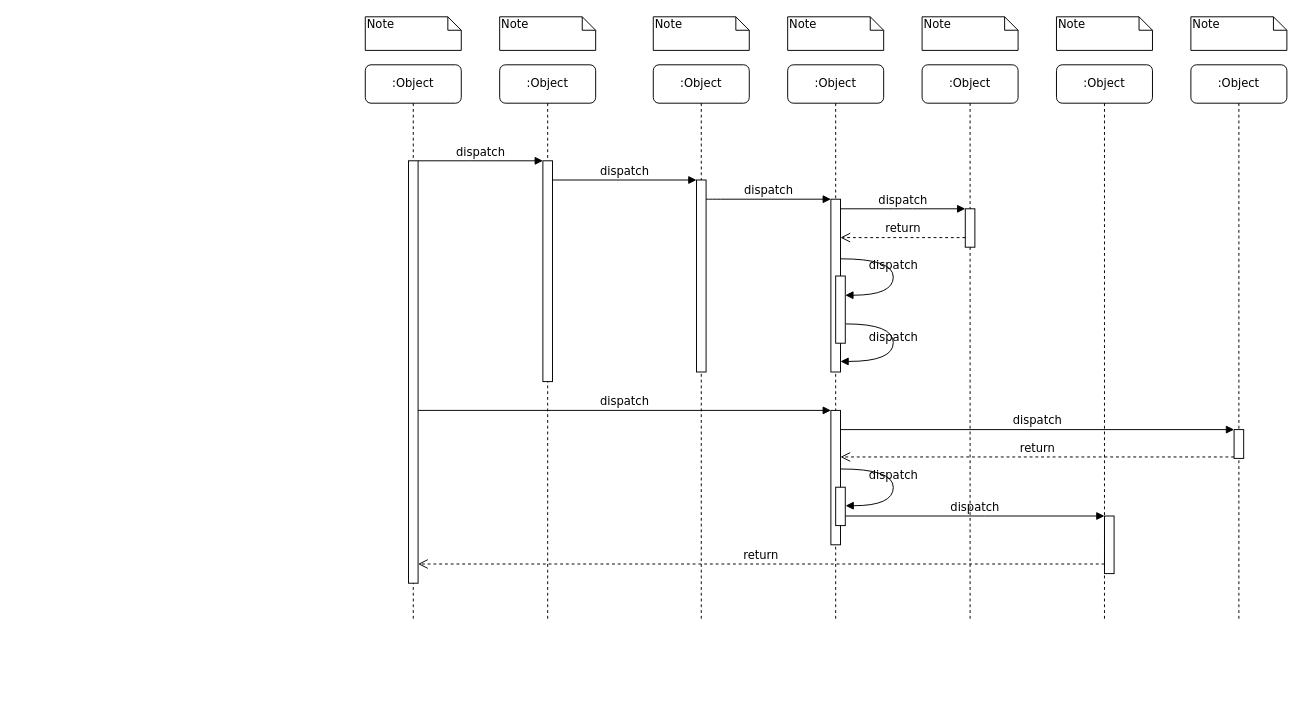
Earlier version of the draw.io diagram Диаграмма без названия.drawio (OlgaTalipova/FHRT). Source tidied: cells renumbered, new cells numbered last; positions are measured from the earlier drawing's top-left corner, leaving out a move shared by most shapes. Both pictures are drawn from the tidied source at 96%, with x=0, y=0 at pixel (365, 16).
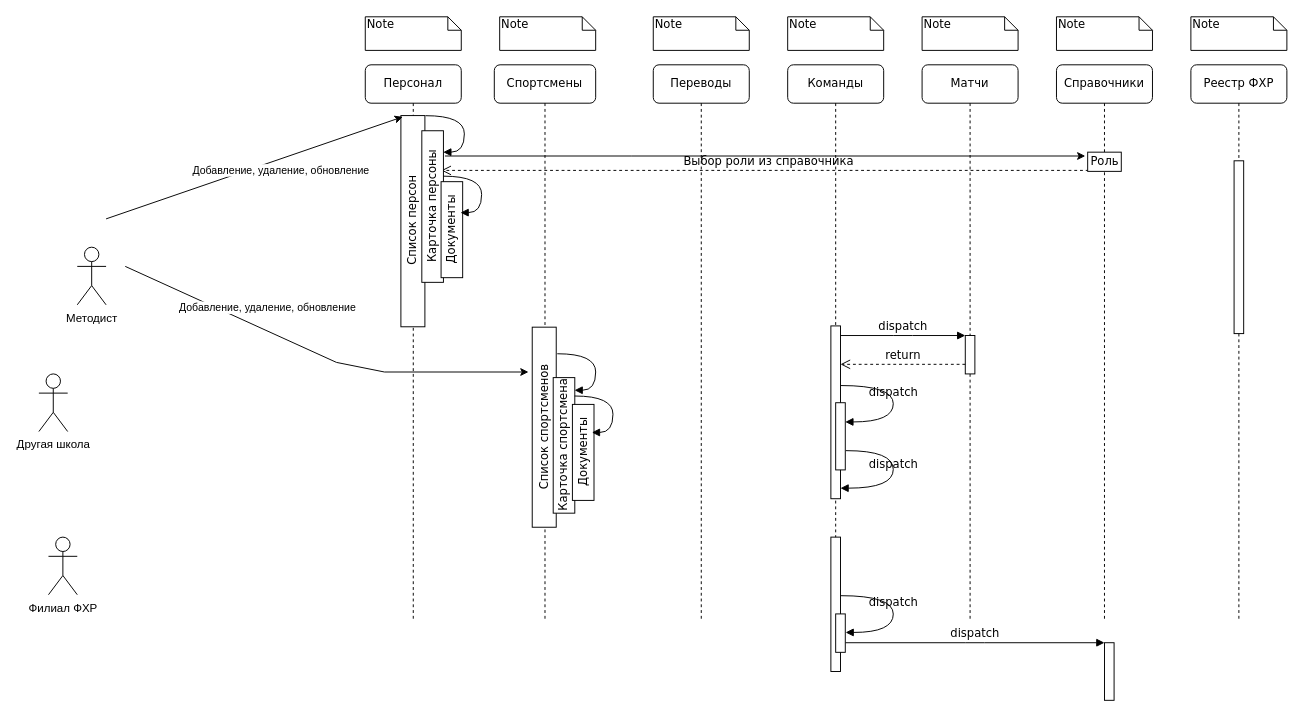
The same diagram, later.

Diff of the diagram source:
```diff
@@
-    <mxCell id="2" value=":Object" style="shape=umlLifeline;perimeter=lifelinePerimeter;whiteSpace=wrap;html=1;rounded=1;shadow=0;comic=0;labelBackgroundColor=none;strokeWidth=1;fontFamily=Verdana;fontSize=12;align=center;" parent="1" vertex="1">
-      <mxGeometry x="140" y="50" width="100" height="580" as="geometry" />
+    <mxCell id="2" value="Спортсмены" style="shape=umlLifeline;perimeter=lifelinePerimeter;whiteSpace=wrap;html=1;rounded=1;shadow=0;comic=0;labelBackgroundColor=none;strokeWidth=1;fontFamily=Verdana;fontSize=12;align=center;" parent="1" vertex="1">
+      <mxGeometry x="134.4" y="50" width="105.6" height="580" as="geometry" />
     </mxCell>
-    <mxCell id="3" style="html=1;points=[];perimeter=orthogonalPerimeter;rounded=0;shadow=0;comic=0;labelBackgroundColor=none;strokeWidth=1;fontFamily=Verdana;fontSize=12;align=center;" parent="2" vertex="1">
-      <mxGeometry x="45" y="100" width="10" height="230" as="geometry" />
+    <mxCell id="3" value="&lt;div style=&quot;direction: ltr;&quot;&gt;&lt;span style=&quot;background-color: initial;&quot;&gt;Список спортсменов&lt;/span&gt;&lt;/div&gt;" style="html=1;points=[];perimeter=orthogonalPerimeter;rounded=0;shadow=0;comic=0;labelBackgroundColor=none;strokeWidth=1;fontFamily=Verdana;fontSize=12;align=center;direction=west;rotation=-90;" parent="2" vertex="1">
+      <mxGeometry x="-52.2" y="365" width="208.4" height="25" as="geometry" />
     </mxCell>
+    <mxCell id="39" style="endArrow=classic;html=1;rounded=0;" parent="2" edge="1">
+      <mxGeometry relative="1" as="geometry">
+        <mxPoint x="-384.4" y="210" as="sourcePoint" />
+        <mxPoint x="35.6" y="320" as="targetPoint" />
+        <Array as="points">
+          <mxPoint x="-164.4" y="310" />
+          <mxPoint x="-114.4" y="320" />
+        </Array>
+      </mxGeometry>
+    </mxCell>
+    <mxCell id="40" value="Добавление, удаление, обновление" style="edgeLabel;html=1;align=center;verticalAlign=middle;" parent="39" vertex="1">
+      <mxGeometry x="-0.57" y="1" relative="1" as="geometry">
+        <mxPoint x="61" y="4" as="offset" />
+      </mxGeometry>
+    </mxCell>
+    <mxCell id="41" value="&lt;div style=&quot;direction: ltr;&quot;&gt;&lt;span style=&quot;background-color: initial;&quot;&gt;Карточка спортсмена&lt;/span&gt;&lt;/div&gt;" style="html=1;perimeter=orthogonalPerimeter;rounded=0;shadow=0;comic=0;labelBackgroundColor=none;strokeWidth=1;fontFamily=Verdana;fontSize=12;align=center;direction=west;rotation=-90;" parent="2" vertex="1">
+      <mxGeometry x="2" y="385.2" width="141.2" height="22.5" as="geometry" />
+    </mxCell>
-    <mxCell id="4" value=":Object" style="shape=umlLifeline;perimeter=lifelinePerimeter;whiteSpace=wrap;html=1;rounded=1;shadow=0;comic=0;labelBackgroundColor=none;strokeWidth=1;fontFamily=Verdana;fontSize=12;align=center;" parent="1" vertex="1">
+    <mxCell id="4" value="Переводы" style="shape=umlLifeline;perimeter=lifelinePerimeter;whiteSpace=wrap;html=1;rounded=1;shadow=0;comic=0;labelBackgroundColor=none;strokeWidth=1;fontFamily=Verdana;fontSize=12;align=center;" parent="1" vertex="1">
       <mxGeometry x="300" y="50" width="100" height="580" as="geometry" />
     </mxCell>
-    <mxCell id="5" style="html=1;points=[];perimeter=orthogonalPerimeter;rounded=0;shadow=0;comic=0;labelBackgroundColor=none;strokeWidth=1;fontFamily=Verdana;fontSize=12;align=center;" parent="4" vertex="1">
-      <mxGeometry x="45" y="120" width="10" height="200" as="geometry" />
-    </mxCell>
+    <mxCell id="42" value="Выбор роли из справочника" style="html=1;verticalAlign=bottom;endArrow=open;dashed=1;endSize=8;labelBackgroundColor=none;fontFamily=Verdana;fontSize=12;edgeStyle=elbowEdgeStyle;elbow=vertical;" parent="4" edge="1">
+      <mxGeometry relative="1" as="geometry">
+        <mxPoint x="459.5" y="110" as="sourcePoint" />
+        <mxPoint x="-220.8" y="110" as="targetPoint" />
+        <Array as="points">
+          <mxPoint x="159.5" y="110" />
+        </Array>
+      </mxGeometry>
+    </mxCell>
-    <mxCell id="6" value=":Object" style="shape=umlLifeline;perimeter=lifelinePerimeter;whiteSpace=wrap;html=1;rounded=1;shadow=0;comic=0;labelBackgroundColor=none;strokeWidth=1;fontFamily=Verdana;fontSize=12;align=center;" parent="1" vertex="1">
+    <mxCell id="6" value="Команды" style="shape=umlLifeline;perimeter=lifelinePerimeter;whiteSpace=wrap;html=1;rounded=1;shadow=0;comic=0;labelBackgroundColor=none;strokeWidth=1;fontFamily=Verdana;fontSize=12;align=center;" parent="1" vertex="1">
       <mxGeometry x="440" y="50" width="100" height="580" as="geometry" />
     </mxCell>
-    <mxCell id="7" value=":Object" style="shape=umlLifeline;perimeter=lifelinePerimeter;whiteSpace=wrap;html=1;rounded=1;shadow=0;comic=0;labelBackgroundColor=none;strokeWidth=1;fontFamily=Verdana;fontSize=12;align=center;" parent="1" vertex="1">
+    <mxCell id="7" value="Матчи" style="shape=umlLifeline;perimeter=lifelinePerimeter;whiteSpace=wrap;html=1;rounded=1;shadow=0;comic=0;labelBackgroundColor=none;strokeWidth=1;fontFamily=Verdana;fontSize=12;align=center;" parent="1" vertex="1">
       <mxGeometry x="580" y="50" width="100" height="580" as="geometry" />
     </mxCell>
-    <mxCell id="8" value=":Object" style="shape=umlLifeline;perimeter=lifelinePerimeter;whiteSpace=wrap;html=1;rounded=1;shadow=0;comic=0;labelBackgroundColor=none;strokeWidth=1;fontFamily=Verdana;fontSize=12;align=center;" parent="1" vertex="1">
+    <mxCell id="8" value="Справочники" style="shape=umlLifeline;perimeter=lifelinePerimeter;whiteSpace=wrap;html=1;rounded=1;shadow=0;comic=0;labelBackgroundColor=none;strokeWidth=1;fontFamily=Verdana;fontSize=12;align=center;" parent="1" vertex="1">
       <mxGeometry x="720" y="50" width="100" height="580" as="geometry" />
     </mxCell>
+    <mxCell id="43" value="Роль" style="html=1;points=[];perimeter=orthogonalPerimeter;rounded=0;shadow=0;comic=0;labelBackgroundColor=none;strokeWidth=1;fontFamily=Verdana;fontSize=12;align=center;" parent="8" vertex="1">
+      <mxGeometry x="32.5" y="91" width="35" height="20" as="geometry" />
+    </mxCell>
-    <mxCell id="9" value=":Object" style="shape=umlLifeline;perimeter=lifelinePerimeter;whiteSpace=wrap;html=1;rounded=1;shadow=0;comic=0;labelBackgroundColor=none;strokeWidth=1;fontFamily=Verdana;fontSize=12;align=center;" parent="1" vertex="1">
+    <mxCell id="9" value="Реестр ФХР" style="shape=umlLifeline;perimeter=lifelinePerimeter;whiteSpace=wrap;html=1;rounded=1;shadow=0;comic=0;labelBackgroundColor=none;strokeWidth=1;fontFamily=Verdana;fontSize=12;align=center;" parent="1" vertex="1">
       <mxGeometry x="860" y="50" width="100" height="580" as="geometry" />
     </mxCell>
+    <mxCell id="19" style="html=1;points=[];perimeter=orthogonalPerimeter;rounded=0;shadow=0;comic=0;labelBackgroundColor=none;strokeColor=#000000;strokeWidth=1;fillColor=#FFFFFF;fontFamily=Verdana;fontSize=12;fontColor=#000000;align=center;" parent="9" vertex="1">
+      <mxGeometry x="45" y="100" width="10" height="180" as="geometry" />
+    </mxCell>
-    <mxCell id="10" value=":Object" style="shape=umlLifeline;perimeter=lifelinePerimeter;whiteSpace=wrap;html=1;rounded=1;shadow=0;comic=0;labelBackgroundColor=none;strokeWidth=1;fontFamily=Verdana;fontSize=12;align=center;" parent="1" vertex="1">
+    <mxCell id="10" value="Персонал" style="shape=umlLifeline;perimeter=lifelinePerimeter;whiteSpace=wrap;html=1;rounded=1;shadow=0;comic=0;labelBackgroundColor=none;strokeWidth=1;fontFamily=Verdana;fontSize=12;align=center;" parent="1" vertex="1">
       <mxGeometry y="50" width="100" height="580" as="geometry" />
     </mxCell>
-    <mxCell id="11" style="html=1;points=[];perimeter=orthogonalPerimeter;rounded=0;shadow=0;comic=0;labelBackgroundColor=none;strokeWidth=1;fontFamily=Verdana;fontSize=12;align=center;" parent="10" vertex="1">
-      <mxGeometry x="45" y="100" width="10" height="440" as="geometry" />
-    </mxCell>
+    <mxCell id="44" value="&lt;div style=&quot;direction: ltr;&quot;&gt;&lt;span style=&quot;background-color: initial;&quot;&gt;Список персон&lt;/span&gt;&lt;/div&gt;" style="html=1;points=[];perimeter=orthogonalPerimeter;rounded=0;shadow=0;comic=0;labelBackgroundColor=none;strokeWidth=1;fontFamily=Verdana;fontSize=12;align=center;direction=west;rotation=-90;" parent="10" vertex="1">
+      <mxGeometry x="-60.4" y="150.4" width="220" height="25" as="geometry" />
+    </mxCell>
+    <mxCell id="45" value="&lt;div style=&quot;direction: ltr;&quot;&gt;&lt;span style=&quot;background-color: initial;&quot;&gt;Карточка персоны&lt;/span&gt;&lt;/div&gt;" style="html=1;perimeter=orthogonalPerimeter;rounded=0;shadow=0;comic=0;labelBackgroundColor=none;strokeWidth=1;fontFamily=Verdana;fontSize=12;align=center;direction=west;rotation=-90;" parent="10" vertex="1">
+      <mxGeometry x="-8.8" y="136.4" width="157.9" height="22.5" as="geometry" />
+    </mxCell>
+    <mxCell id="46" value="&lt;div style=&quot;direction: ltr;&quot;&gt;&lt;span style=&quot;background-color: initial;&quot;&gt;Документы&lt;/span&gt;&lt;/div&gt;" style="html=1;perimeter=orthogonalPerimeter;rounded=0;shadow=0;comic=0;labelBackgroundColor=none;strokeWidth=1;fontFamily=Verdana;fontSize=12;align=center;direction=west;rotation=-90;" parent="10" vertex="1">
+      <mxGeometry x="40.2" y="160.5" width="100" height="22.5" as="geometry" />
+    </mxCell>
+    <mxCell id="47" style="html=1;verticalAlign=bottom;endArrow=block;labelBackgroundColor=none;fontFamily=Verdana;fontSize=12;elbow=vertical;edgeStyle=orthogonalEdgeStyle;curved=1;" parent="10" edge="1">
+      <mxGeometry relative="1" as="geometry">
+        <mxPoint x="62.8" y="53" as="sourcePoint" />
+        <mxPoint x="81.2" y="91" as="targetPoint" />
+        <Array as="points">
+          <mxPoint x="103.2" y="53" />
+          <mxPoint x="103.2" y="91" />
+        </Array>
+      </mxGeometry>
+    </mxCell>
+    <mxCell id="48" style="html=1;verticalAlign=bottom;endArrow=block;labelBackgroundColor=none;fontFamily=Verdana;fontSize=12;elbow=vertical;edgeStyle=orthogonalEdgeStyle;curved=1;" parent="10" edge="1">
+      <mxGeometry relative="1" as="geometry">
+        <mxPoint x="81.2" y="116" as="sourcePoint" />
+        <mxPoint x="99.2" y="154" as="targetPoint" />
+        <Array as="points">
+          <mxPoint x="121.2" y="116" />
+          <mxPoint x="121.2" y="154" />
+        </Array>
+      </mxGeometry>
+    </mxCell>
     <mxCell id="12" style="html=1;points=[];perimeter=orthogonalPerimeter;rounded=0;shadow=0;comic=0;labelBackgroundColor=none;strokeWidth=1;fontFamily=Verdana;fontSize=12;align=center;" parent="1" vertex="1">
-      <mxGeometry x="485" y="190" width="10" height="180" as="geometry" />
+      <mxGeometry x="485" y="322" width="10" height="180" as="geometry" />
     </mxCell>
-    <mxCell id="13" value="dispatch" style="html=1;verticalAlign=bottom;endArrow=block;labelBackgroundColor=none;fontFamily=Verdana;fontSize=12;edgeStyle=elbowEdgeStyle;elbow=vertical;" parent="1" edge="1" source="5" target="12">
-      <mxGeometry relative="1" as="geometry">
-        <Array as="points">
-          <mxPoint x="360" y="190" />
-        </Array>
-      </mxGeometry>
-    </mxCell>
     <mxCell id="14" style="html=1;points=[];perimeter=orthogonalPerimeter;rounded=0;shadow=0;comic=0;labelBackgroundColor=none;strokeWidth=1;fontFamily=Verdana;fontSize=12;align=center;" parent="1" vertex="1">
-      <mxGeometry x="625" y="200" width="10" height="40" as="geometry" />
+      <mxGeometry x="625" y="332" width="10" height="40" as="geometry" />
     </mxCell>
@@
     <mxCell id="16" value="return" style="html=1;verticalAlign=bottom;endArrow=open;dashed=1;endSize=8;labelBackgroundColor=none;fontFamily=Verdana;fontSize=12;edgeStyle=elbowEdgeStyle;elbow=vertical;" parent="1" edge="1" source="14" target="12">
       <mxGeometry relative="1" as="geometry">
         <Array as="points">
-          <mxPoint x="570" y="230" />
-          <mxPoint x="600" y="230" />
+          <mxPoint x="570" y="362" />
+          <mxPoint x="600" y="362" />
         </Array>
       </mxGeometry>
     </mxCell>
     <mxCell id="17" style="html=1;points=[];perimeter=orthogonalPerimeter;rounded=0;shadow=0;comic=0;labelBackgroundColor=none;strokeWidth=1;fontFamily=Verdana;fontSize=12;align=center;" parent="1" vertex="1">
-      <mxGeometry x="485" y="410" width="10" height="140" as="geometry" />
+      <mxGeometry x="485" y="542" width="10" height="140" as="geometry" />
     </mxCell>
-    <mxCell id="18" value="dispatch" style="html=1;verticalAlign=bottom;endArrow=block;entryX=0;entryY=0;labelBackgroundColor=none;fontFamily=Verdana;fontSize=12;" parent="1" edge="1" source="11" target="17">
-      <mxGeometry relative="1" as="geometry" />
-    </mxCell>
-    <mxCell id="19" style="html=1;points=[];perimeter=orthogonalPerimeter;rounded=0;shadow=0;comic=0;labelBackgroundColor=none;strokeColor=#000000;strokeWidth=1;fillColor=#FFFFFF;fontFamily=Verdana;fontSize=12;fontColor=#000000;align=center;" parent="1" vertex="1">
-      <mxGeometry x="905" y="430" width="10" height="30" as="geometry" />
-    </mxCell>
-    <mxCell id="20" value="dispatch" style="html=1;verticalAlign=bottom;endArrow=block;entryX=0;entryY=0;labelBackgroundColor=none;fontFamily=Verdana;fontSize=12;" parent="1" edge="1" source="17" target="19">
-      <mxGeometry relative="1" as="geometry" />
-    </mxCell>
-    <mxCell id="21" value="return" style="html=1;verticalAlign=bottom;endArrow=open;dashed=1;endSize=8;exitX=0;exitY=0.95;labelBackgroundColor=none;fontFamily=Verdana;fontSize=12;" parent="1" edge="1" source="19" target="17">
-      <mxGeometry relative="1" as="geometry" />
-    </mxCell>
     <mxCell id="22" style="html=1;points=[];perimeter=orthogonalPerimeter;rounded=0;shadow=0;comic=0;labelBackgroundColor=none;strokeWidth=1;fontFamily=Verdana;fontSize=12;align=center;" parent="1" vertex="1">
-      <mxGeometry x="770" y="520" width="10" height="60" as="geometry" />
+      <mxGeometry x="770" y="652" width="10" height="60" as="geometry" />
     </mxCell>
@@
-    <mxCell id="24" value="return" style="html=1;verticalAlign=bottom;endArrow=open;dashed=1;endSize=8;labelBackgroundColor=none;fontFamily=Verdana;fontSize=12;edgeStyle=elbowEdgeStyle;elbow=vertical;" parent="1" edge="1" source="22" target="11">
-      <mxGeometry relative="1" as="geometry">
-        <Array as="points">
-          <mxPoint x="470" y="570" />
-        </Array>
-      </mxGeometry>
-    </mxCell>
-    <mxCell id="25" value="dispatch" style="html=1;verticalAlign=bottom;endArrow=block;entryX=0;entryY=0;labelBackgroundColor=none;fontFamily=Verdana;fontSize=12;edgeStyle=elbowEdgeStyle;elbow=vertical;" parent="1" edge="1" source="11" target="3">
-      <mxGeometry relative="1" as="geometry" />
-    </mxCell>
-    <mxCell id="26" value="dispatch" style="html=1;verticalAlign=bottom;endArrow=block;entryX=0;entryY=0;labelBackgroundColor=none;fontFamily=Verdana;fontSize=12;edgeStyle=elbowEdgeStyle;elbow=vertical;" parent="1" edge="1" source="3" target="5">
-      <mxGeometry relative="1" as="geometry" />
-    </mxCell>
     <mxCell id="27" style="html=1;points=[];perimeter=orthogonalPerimeter;rounded=0;shadow=0;comic=0;labelBackgroundColor=none;strokeWidth=1;fontFamily=Verdana;fontSize=12;align=center;" parent="1" vertex="1">
-      <mxGeometry x="490" y="270" width="10" height="70" as="geometry" />
+      <mxGeometry x="490" y="402" width="10" height="70" as="geometry" />
     </mxCell>
     <mxCell id="28" value="dispatch" style="html=1;verticalAlign=bottom;endArrow=block;labelBackgroundColor=none;fontFamily=Verdana;fontSize=12;elbow=vertical;edgeStyle=orthogonalEdgeStyle;curved=1;entryX=1;entryY=0.286;entryPerimeter=0;exitX=1.038;exitY=0.345;exitPerimeter=0;" parent="1" edge="1" source="12" target="27">
       <mxGeometry relative="1" as="geometry">
         <Array as="points">
-          <mxPoint x="550" y="252" />
-          <mxPoint x="550" y="290" />
+          <mxPoint x="550" y="384" />
+          <mxPoint x="550" y="422" />
         </Array>
       </mxGeometry>
     </mxCell>
     <mxCell id="29" value="dispatch" style="html=1;verticalAlign=bottom;endArrow=block;labelBackgroundColor=none;fontFamily=Verdana;fontSize=12;elbow=vertical;edgeStyle=orthogonalEdgeStyle;curved=1;exitX=1.066;exitY=0.713;exitPerimeter=0;" parent="1" edge="1" source="27">
       <mxGeometry relative="1" as="geometry">
-        <mxPoint x="495" y="359" as="targetPoint" />
+        <mxPoint x="495" y="491" as="targetPoint" />
         <Array as="points">
-          <mxPoint x="550" y="320" />
-          <mxPoint x="550" y="359" />
+          <mxPoint x="550" y="452" />
+          <mxPoint x="550" y="491" />
         </Array>
       </mxGeometry>
     </mxCell>
     <mxCell id="30" style="html=1;points=[];perimeter=orthogonalPerimeter;rounded=0;shadow=0;comic=0;labelBackgroundColor=none;strokeWidth=1;fontFamily=Verdana;fontSize=12;align=center;" parent="1" vertex="1">
-      <mxGeometry x="490" y="490" width="10" height="40" as="geometry" />
+      <mxGeometry x="490" y="622" width="10" height="40" as="geometry" />
     </mxCell>
     <mxCell id="31" value="dispatch" style="html=1;verticalAlign=bottom;endArrow=block;labelBackgroundColor=none;fontFamily=Verdana;fontSize=12;elbow=vertical;edgeStyle=orthogonalEdgeStyle;curved=1;entryX=1;entryY=0.286;entryPerimeter=0;exitX=1.038;exitY=0.345;exitPerimeter=0;" parent="1" edge="1">
       <mxGeometry relative="1" as="geometry">
-        <mxPoint x="495.3" y="471" as="sourcePoint" />
-        <mxPoint x="500.3" y="509.3" as="targetPoint" />
+        <mxPoint x="495.3" y="603" as="sourcePoint" />
+        <mxPoint x="500.3" y="641.3" as="targetPoint" />
         <Array as="points">
-          <mxPoint x="550" y="471" />
-          <mxPoint x="550" y="509" />
+          <mxPoint x="550" y="603" />
+          <mxPoint x="550" y="641" />
         </Array>
       </mxGeometry>
     </mxCell>
@@
+    <mxCell id="49" value="Методист&lt;br&gt;" style="shape=umlActor;verticalLabelPosition=bottom;verticalAlign=top;html=1;" parent="1" vertex="1">
+      <mxGeometry x="-300" y="240" width="30" height="60" as="geometry" />
+    </mxCell>
+    <mxCell id="50" value="Другая школа&lt;br&gt;" style="shape=umlActor;verticalLabelPosition=bottom;verticalAlign=top;html=1;" parent="1" vertex="1">
+      <mxGeometry x="-340" y="372" width="30" height="60" as="geometry" />
+    </mxCell>
+    <mxCell id="51" value="Филиал ФХР" style="shape=umlActor;verticalLabelPosition=bottom;verticalAlign=top;html=1;" parent="1" vertex="1">
+      <mxGeometry x="-330" y="542" width="30" height="60" as="geometry" />
+    </mxCell>
+    <mxCell id="52" style="endArrow=classic;html=1;rounded=0;entryX=-0.071;entryY=0.2;entryDx=0;entryDy=0;entryPerimeter=0;" parent="1" edge="1" target="43">
+      <mxGeometry relative="1" as="geometry">
+        <mxPoint x="83" y="145" as="sourcePoint" />
+        <Array as="points">
+          <mxPoint x="277" y="145" />
+        </Array>
+      </mxGeometry>
+    </mxCell>
+    <mxCell id="53" value="&lt;div style=&quot;direction: ltr;&quot;&gt;&lt;span style=&quot;background-color: initial;&quot;&gt;Документы&lt;/span&gt;&lt;/div&gt;" style="html=1;perimeter=orthogonalPerimeter;rounded=0;shadow=0;comic=0;labelBackgroundColor=none;strokeWidth=1;fontFamily=Verdana;fontSize=12;align=center;direction=west;rotation=-90;" parent="1" vertex="1">
+      <mxGeometry x="177" y="442.5" width="100" height="22.5" as="geometry" />
+    </mxCell>
+    <mxCell id="54" style="html=1;verticalAlign=bottom;endArrow=block;labelBackgroundColor=none;fontFamily=Verdana;fontSize=12;elbow=vertical;edgeStyle=orthogonalEdgeStyle;curved=1;" parent="1" edge="1">
+      <mxGeometry relative="1" as="geometry">
+        <mxPoint x="200" y="351" as="sourcePoint" />
+        <mxPoint x="218" y="389" as="targetPoint" />
+        <Array as="points">
+          <mxPoint x="240" y="351" />
+          <mxPoint x="240" y="389" />
+        </Array>
+      </mxGeometry>
+    </mxCell>
+    <mxCell id="55" style="html=1;verticalAlign=bottom;endArrow=block;labelBackgroundColor=none;fontFamily=Verdana;fontSize=12;elbow=vertical;edgeStyle=orthogonalEdgeStyle;curved=1;" parent="1" edge="1">
+      <mxGeometry relative="1" as="geometry">
+        <mxPoint x="218" y="395" as="sourcePoint" />
+        <mxPoint x="236" y="433" as="targetPoint" />
+        <Array as="points">
+          <mxPoint x="258" y="395" />
+          <mxPoint x="258" y="433" />
+        </Array>
+      </mxGeometry>
+    </mxCell>
+    <mxCell id="56" style="endArrow=classic;html=1;rounded=0;entryX=0.006;entryY=0.923;entryDx=0;entryDy=0;entryPerimeter=0;" parent="1" edge="1" target="44">
+      <mxGeometry relative="1" as="geometry">
+        <mxPoint x="-270" y="210.5" as="sourcePoint" />
+      </mxGeometry>
+    </mxCell>
+    <mxCell id="57" value="Добавление, удаление, обновление" style="edgeLabel;html=1;align=center;verticalAlign=middle;" parent="56" vertex="1">
+      <mxGeometry x="-0.57" y="1" relative="1" as="geometry">
+        <mxPoint x="116" y="-27" as="offset" />
+      </mxGeometry>
+    </mxCell>
```
